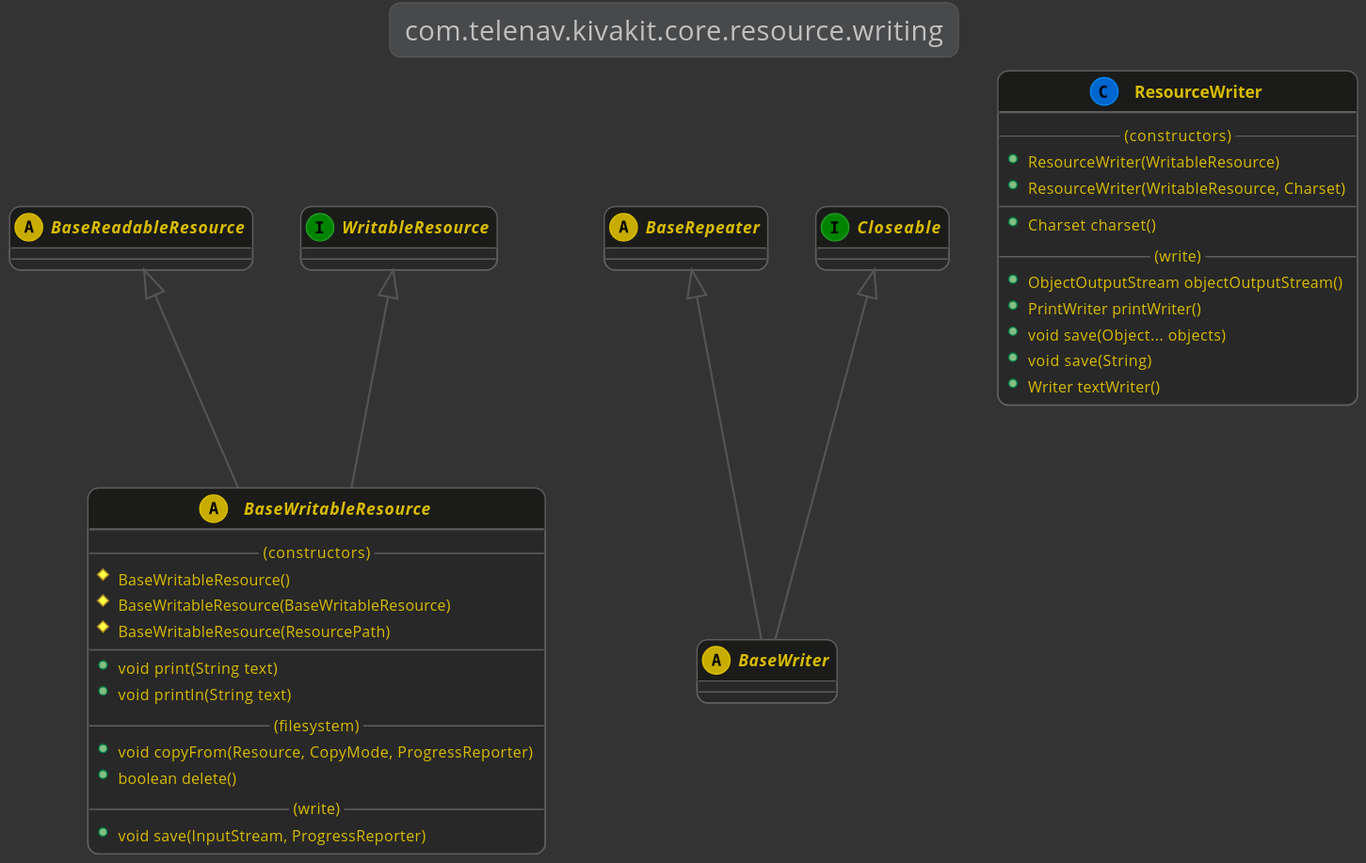
Earlier version of the PlantUML export kivakit-core/resource/documentation/diagrams/com.telenav.kivakit.core.resource.writing.svg (Telenav/kivakit).
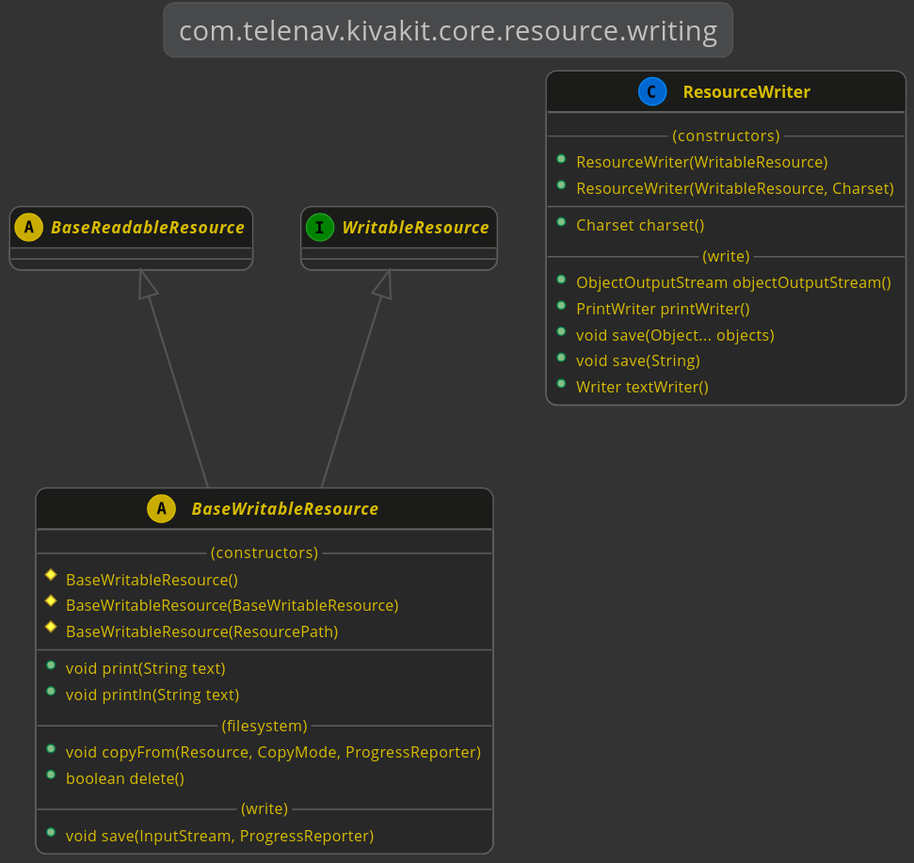
The same file after the commit.

What changed in the source:
```diff
@@ -5,10 +5,8 @@
     title "com.telenav.kivakit.core.resource.writing"
 
     abstract BaseReadableResource
-    abstract BaseRepeater
 
     interface WritableResource
-    interface Closeable
 
     BaseReadableResource <|-- BaseWritableResource
     WritableResource <|-- BaseWritableResource
@@ -28,12 +26,6 @@
         +void save(InputStream, ProgressReporter)
     }
 
-    BaseRepeater <|-- BaseWriter
-    Closeable <|-- BaseWriter
-    abstract class BaseWriter
-    {
-    }
-
     class ResourceWriter
     {
         --(constructors)--
```
